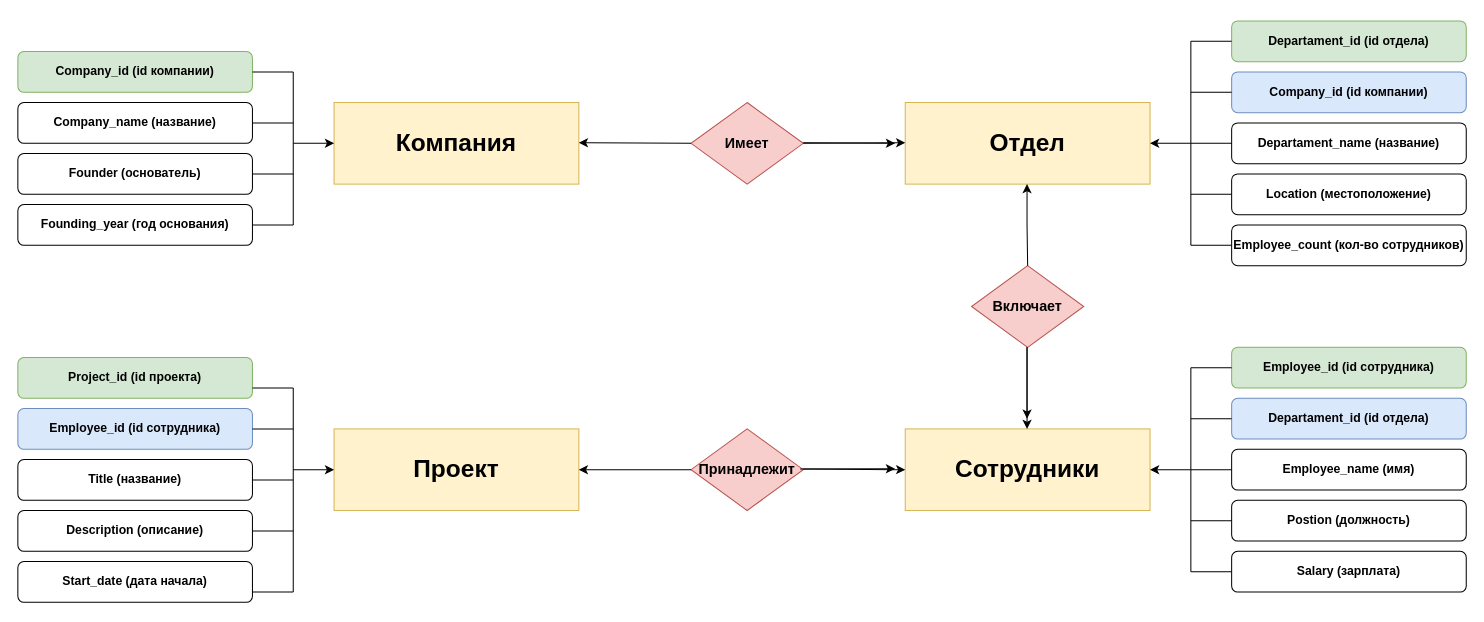
Before: Диаграмма без названия.drawio in Valkova-Nastya/-, a draw.io diagram. Source tidied: cells renumbered, new cells numbered last; positions are measured from the earlier drawing's top-left corner, leaving out a move shared by most shapes. Both pictures are drawn from the tidied source at 102%, with x=0, y=0 at pixel (17, 20).
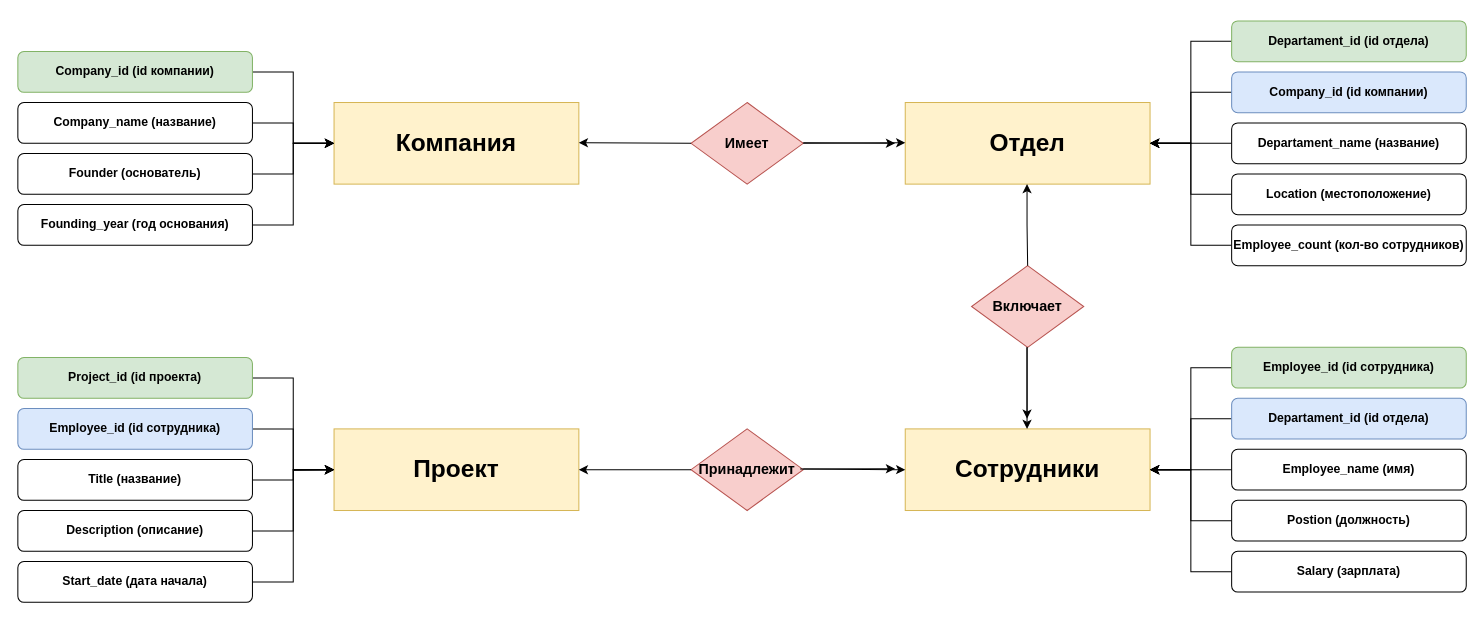
The same diagram, later.

Unchanged cells that the change refers to:
```xml
<mxCell id="2" value="&lt;h1&gt;Компания&lt;/h1&gt;" style="rounded=0;whiteSpace=wrap;html=1;fillColor=#fff2cc;strokeColor=#d6b656;" parent="1" vertex="1">
  <mxGeometry x="310" y="80" width="240" height="80" as="geometry" />
</mxCell>
<mxCell id="3" value="&lt;h1&gt;Отдел&lt;/h1&gt;" style="rounded=0;whiteSpace=wrap;html=1;fillColor=#fff2cc;strokeColor=#d6b656;" parent="1" vertex="1">
  <mxGeometry x="870" y="80" width="240" height="80" as="geometry" />
</mxCell>
<mxCell id="4" value="&lt;h1&gt;Сотрудники&lt;/h1&gt;" style="rounded=0;whiteSpace=wrap;html=1;fillColor=#fff2cc;strokeColor=#d6b656;" parent="1" vertex="1">
  <mxGeometry x="870" y="400" width="240" height="80" as="geometry" />
</mxCell>
<mxCell id="5" value="&lt;h1&gt;Проект&lt;/h1&gt;" style="rounded=0;whiteSpace=wrap;html=1;fillColor=#fff2cc;strokeColor=#d6b656;" parent="1" vertex="1">
  <mxGeometry x="310" y="400" width="240" height="80" as="geometry" />
</mxCell>
<mxCell id="18" value="&lt;h4&gt;Company_id (id компании)&lt;/h4&gt;" style="rounded=1;whiteSpace=wrap;html=1;fillColor=#d5e8d4;strokeColor=#82b366;" parent="1" vertex="1">
  <mxGeometry y="30" width="230" height="40" as="geometry" />
</mxCell>
<mxCell id="19" value="&lt;h4&gt;Company_name (название)&lt;br&gt;&lt;/h4&gt;" style="rounded=1;whiteSpace=wrap;html=1;" parent="1" vertex="1">
  <mxGeometry y="80" width="230" height="40" as="geometry" />
</mxCell>
<mxCell id="20" value="&lt;h4&gt;Founder (основатель)&lt;/h4&gt;" style="rounded=1;whiteSpace=wrap;html=1;" parent="1" vertex="1">
  <mxGeometry y="130" width="230" height="40" as="geometry" />
</mxCell>
<mxCell id="21" value="&lt;h4&gt;Founding_year (год основания)&lt;/h4&gt;" style="rounded=1;whiteSpace=wrap;html=1;" parent="1" vertex="1">
  <mxGeometry y="180" width="230" height="40" as="geometry" />
</mxCell>
<mxCell id="22" value="&lt;h4&gt;Employee_id (id сотрудника)&lt;/h4&gt;" style="rounded=1;whiteSpace=wrap;html=1;fillColor=#dae8fc;strokeColor=#6c8ebf;" parent="1" vertex="1">
  <mxGeometry y="380" width="230" height="40" as="geometry" />
</mxCell>
<mxCell id="23" value="&lt;h4&gt;Title (название)&lt;/h4&gt;" style="rounded=1;whiteSpace=wrap;html=1;" parent="1" vertex="1">
  <mxGeometry y="430" width="230" height="40" as="geometry" />
</mxCell>
<mxCell id="24" value="&lt;h4&gt;Description (описание)&lt;/h4&gt;" style="rounded=1;whiteSpace=wrap;html=1;" parent="1" vertex="1">
  <mxGeometry y="480" width="230" height="40" as="geometry" />
</mxCell>
<mxCell id="25" value="&lt;h4&gt;Start_date (дата начала)&lt;/h4&gt;" style="rounded=1;whiteSpace=wrap;html=1;" parent="1" vertex="1">
  <mxGeometry y="530" width="230" height="40" as="geometry" />
</mxCell>
<mxCell id="26" value="&lt;h4&gt;Departament_id (id отдела)&lt;/h4&gt;" style="rounded=1;whiteSpace=wrap;html=1;fillColor=#d5e8d4;strokeColor=#82b366;" parent="1" vertex="1">
  <mxGeometry x="1190" width="230" height="40" as="geometry" />
</mxCell>
<mxCell id="27" value="&lt;h4&gt;Company_id (id компании)&lt;/h4&gt;" style="rounded=1;whiteSpace=wrap;html=1;fillColor=#dae8fc;strokeColor=#6c8ebf;" parent="1" vertex="1">
  <mxGeometry x="1190" y="50" width="230" height="40" as="geometry" />
</mxCell>
<mxCell id="28" value="&lt;h4&gt;Departament_name (название)&lt;/h4&gt;" style="rounded=1;whiteSpace=wrap;html=1;" parent="1" vertex="1">
  <mxGeometry x="1190" y="100" width="230" height="40" as="geometry" />
</mxCell>
<mxCell id="29" value="&lt;h4&gt;Location (местоположение)&lt;/h4&gt;" style="rounded=1;whiteSpace=wrap;html=1;" parent="1" vertex="1">
  <mxGeometry x="1190" y="150" width="230" height="40" as="geometry" />
</mxCell>
<mxCell id="30" value="&lt;h4&gt;Employee_count (кол-во сотрудников)&lt;/h4&gt;" style="rounded=1;whiteSpace=wrap;html=1;" parent="1" vertex="1">
  <mxGeometry x="1190" y="200" width="230" height="40" as="geometry" />
</mxCell>
<mxCell id="31" value="&lt;h4&gt;Employee_id (id сотрудника)&lt;/h4&gt;" style="rounded=1;whiteSpace=wrap;html=1;fillColor=#d5e8d4;strokeColor=#82b366;" parent="1" vertex="1">
  <mxGeometry x="1190" y="320" width="230" height="40" as="geometry" />
</mxCell>
<mxCell id="32" value="&lt;h4&gt;Project_id (id проекта)&lt;/h4&gt;" style="rounded=1;whiteSpace=wrap;html=1;fillColor=#d5e8d4;strokeColor=#82b366;" parent="1" vertex="1">
  <mxGeometry y="330" width="230" height="40" as="geometry" />
</mxCell>
<mxCell id="33" value="&lt;h4&gt;Departament_id (id отдела)&lt;/h4&gt;" style="rounded=1;whiteSpace=wrap;html=1;fillColor=#dae8fc;strokeColor=#6c8ebf;" parent="1" vertex="1">
  <mxGeometry x="1190" y="370" width="230" height="40" as="geometry" />
</mxCell>
<mxCell id="34" value="&lt;h4&gt;Employee_name (имя)&lt;/h4&gt;" style="rounded=1;whiteSpace=wrap;html=1;" parent="1" vertex="1">
  <mxGeometry x="1190" y="420" width="230" height="40" as="geometry" />
</mxCell>
<mxCell id="35" value="&lt;h4&gt;Postion (должность)&lt;/h4&gt;" style="rounded=1;whiteSpace=wrap;html=1;" parent="1" vertex="1">
  <mxGeometry x="1190" y="470" width="230" height="40" as="geometry" />
</mxCell>
<mxCell id="36" value="&lt;h4&gt;Salary (зарплата)&lt;/h4&gt;" style="rounded=1;whiteSpace=wrap;html=1;" parent="1" vertex="1">
  <mxGeometry x="1190" y="520" width="230" height="40" as="geometry" />
</mxCell>
```

Diff of the diagram source:
```diff
@@
+    <mxCell id="64" style="edgeStyle=orthogonalEdgeStyle;rounded=0;jettySize=auto;html=1;entryX=0;entryY=0.5;entryDx=0;entryDy=0;" parent="1" edge="1" source="18" target="2">
+      <mxGeometry relative="1" as="geometry" />
+    </mxCell>
@@
+    <mxCell id="65" style="edgeStyle=orthogonalEdgeStyle;rounded=0;jettySize=auto;html=1;entryX=0;entryY=0.5;entryDx=0;entryDy=0;" parent="1" edge="1" source="19" target="2">
+      <mxGeometry relative="1" as="geometry" />
+    </mxCell>
@@
+    <mxCell id="66" style="edgeStyle=orthogonalEdgeStyle;rounded=0;jettySize=auto;html=1;entryX=0;entryY=0.5;entryDx=0;entryDy=0;" parent="1" edge="1" source="20" target="2">
+      <mxGeometry relative="1" as="geometry" />
+    </mxCell>
@@
+    <mxCell id="67" style="edgeStyle=orthogonalEdgeStyle;rounded=0;jettySize=auto;html=1;entryX=0;entryY=0.5;entryDx=0;entryDy=0;" parent="1" edge="1" source="21" target="2">
+      <mxGeometry relative="1" as="geometry" />
+    </mxCell>
@@
+    <mxCell id="68" style="edgeStyle=orthogonalEdgeStyle;rounded=0;jettySize=auto;html=1;entryX=0;entryY=0.5;entryDx=0;entryDy=0;" parent="1" edge="1" source="22" target="5">
+      <mxGeometry relative="1" as="geometry" />
+    </mxCell>
@@
+    <mxCell id="69" style="edgeStyle=orthogonalEdgeStyle;rounded=0;jettySize=auto;html=1;" parent="1" edge="1" source="23">
+      <mxGeometry relative="1" as="geometry">
+        <mxPoint x="310" y="440" as="targetPoint" />
+      </mxGeometry>
+    </mxCell>
@@
+    <mxCell id="70" style="edgeStyle=orthogonalEdgeStyle;rounded=0;jettySize=auto;html=1;entryX=0;entryY=0.5;entryDx=0;entryDy=0;" parent="1" edge="1" source="24" target="5">
+      <mxGeometry relative="1" as="geometry" />
+    </mxCell>
@@
+    <mxCell id="71" style="edgeStyle=orthogonalEdgeStyle;rounded=0;jettySize=auto;html=1;entryX=0;entryY=0.5;entryDx=0;entryDy=0;" parent="1" edge="1" source="25" target="5">
+      <mxGeometry relative="1" as="geometry" />
+    </mxCell>
@@
+    <mxCell id="72" style="edgeStyle=orthogonalEdgeStyle;rounded=0;jettySize=auto;html=1;entryX=1;entryY=0.5;entryDx=0;entryDy=0;" parent="1" edge="1" source="26" target="3">
+      <mxGeometry relative="1" as="geometry" />
+    </mxCell>
@@
+    <mxCell id="73" style="edgeStyle=orthogonalEdgeStyle;rounded=0;jettySize=auto;html=1;entryX=1;entryY=0.5;entryDx=0;entryDy=0;" parent="1" edge="1" source="27" target="3">
+      <mxGeometry relative="1" as="geometry" />
+    </mxCell>
@@
+    <mxCell id="74" style="edgeStyle=orthogonalEdgeStyle;rounded=0;jettySize=auto;html=1;entryX=1;entryY=0.5;entryDx=0;entryDy=0;" parent="1" edge="1" source="28" target="3">
+      <mxGeometry relative="1" as="geometry" />
+    </mxCell>
@@
+    <mxCell id="75" style="edgeStyle=orthogonalEdgeStyle;rounded=0;jettySize=auto;html=1;entryX=1;entryY=0.5;entryDx=0;entryDy=0;" parent="1" edge="1" source="29" target="3">
+      <mxGeometry relative="1" as="geometry" />
+    </mxCell>
@@
+    <mxCell id="76" style="edgeStyle=orthogonalEdgeStyle;rounded=0;jettySize=auto;html=1;entryX=1;entryY=0.5;entryDx=0;entryDy=0;" parent="1" edge="1" source="30" target="3">
+      <mxGeometry relative="1" as="geometry" />
+    </mxCell>
@@
+    <mxCell id="77" style="edgeStyle=orthogonalEdgeStyle;rounded=0;jettySize=auto;html=1;entryX=1;entryY=0.5;entryDx=0;entryDy=0;" parent="1" edge="1" source="31" target="4">
+      <mxGeometry relative="1" as="geometry" />
+    </mxCell>
@@
+    <mxCell id="78" style="edgeStyle=orthogonalEdgeStyle;rounded=0;jettySize=auto;html=1;entryX=0;entryY=0.5;entryDx=0;entryDy=0;" parent="1" edge="1" source="32" target="5">
+      <mxGeometry relative="1" as="geometry" />
+    </mxCell>
@@
+    <mxCell id="79" style="edgeStyle=orthogonalEdgeStyle;rounded=0;jettySize=auto;html=1;entryX=1;entryY=0.5;entryDx=0;entryDy=0;" parent="1" edge="1" source="33" target="4">
+      <mxGeometry relative="1" as="geometry" />
+    </mxCell>
@@
+    <mxCell id="80" style="edgeStyle=orthogonalEdgeStyle;rounded=0;jettySize=auto;html=1;" parent="1" edge="1" source="34">
+      <mxGeometry relative="1" as="geometry">
+        <mxPoint x="1110" y="440" as="targetPoint" />
+      </mxGeometry>
+    </mxCell>
@@
+    <mxCell id="81" style="edgeStyle=orthogonalEdgeStyle;rounded=0;jettySize=auto;html=1;" parent="1" edge="1" source="35" target="4">
+      <mxGeometry relative="1" as="geometry" />
+    </mxCell>
@@
+    <mxCell id="82" style="edgeStyle=orthogonalEdgeStyle;rounded=0;jettySize=auto;html=1;entryX=1;entryY=0.5;entryDx=0;entryDy=0;" parent="1" edge="1" source="36" target="4">
+      <mxGeometry relative="1" as="geometry" />
+    </mxCell>
@@
-    <mxCell id="37" style="endArrow=none;html=1;rounded=0;" parent="1" edge="1">
-      <mxGeometry relative="1" as="geometry">
-        <mxPoint x="270" y="560" as="sourcePoint" />
-        <mxPoint x="270" y="360" as="targetPoint" />
-      </mxGeometry>
-    </mxCell>
-    <mxCell id="38" style="endArrow=none;html=1;rounded=0;" parent="1" edge="1">
-      <mxGeometry relative="1" as="geometry">
-        <mxPoint x="230" y="360" as="sourcePoint" />
-        <mxPoint x="270" y="360" as="targetPoint" />
-      </mxGeometry>
-    </mxCell>
-    <mxCell id="39" style="endArrow=none;html=1;rounded=0;" parent="1" edge="1">
-      <mxGeometry relative="1" as="geometry">
-        <mxPoint x="230" y="400" as="sourcePoint" />
-        <mxPoint x="270" y="400" as="targetPoint" />
-      </mxGeometry>
-    </mxCell>
-    <mxCell id="40" style="endArrow=none;html=1;rounded=0;" parent="1" edge="1">
-      <mxGeometry relative="1" as="geometry">
-        <mxPoint x="230" y="450" as="sourcePoint" />
-        <mxPoint x="270" y="450" as="targetPoint" />
-      </mxGeometry>
-    </mxCell>
-    <mxCell id="41" style="endArrow=none;html=1;rounded=0;" parent="1" edge="1">
-      <mxGeometry relative="1" as="geometry">
-        <mxPoint x="230" y="500" as="sourcePoint" />
-        <mxPoint x="270" y="500" as="targetPoint" />
-      </mxGeometry>
-    </mxCell>
-    <mxCell id="42" style="endArrow=none;html=1;rounded=0;" parent="1" edge="1">
-      <mxGeometry relative="1" as="geometry">
-        <mxPoint x="230" y="560" as="sourcePoint" />
-        <mxPoint x="270" y="560" as="targetPoint" />
-      </mxGeometry>
-    </mxCell>
-    <mxCell id="43" style="endArrow=classic;html=1;rounded=0;entryX=0;entryY=0.5;entryDx=0;entryDy=0;" parent="1" edge="1" target="5">
-      <mxGeometry relative="1" as="geometry">
-        <mxPoint x="270" y="440" as="sourcePoint" />
-      </mxGeometry>
-    </mxCell>
-    <mxCell id="44" style="endArrow=none;html=1;rounded=0;" parent="1" edge="1">
-      <mxGeometry relative="1" as="geometry">
-        <mxPoint x="270" y="200" as="sourcePoint" />
-        <mxPoint x="270" y="50" as="targetPoint" />
-      </mxGeometry>
-    </mxCell>
-    <mxCell id="45" style="endArrow=classic;html=1;rounded=0;entryX=0;entryY=0.5;entryDx=0;entryDy=0;" parent="1" edge="1" target="2">
-      <mxGeometry relative="1" as="geometry">
-        <mxPoint x="270" y="120" as="sourcePoint" />
-      </mxGeometry>
-    </mxCell>
-    <mxCell id="46" style="endArrow=none;html=1;rounded=0;" parent="1" edge="1">
-      <mxGeometry relative="1" as="geometry">
-        <mxPoint x="230" y="50" as="sourcePoint" />
-        <mxPoint x="270" y="50" as="targetPoint" />
-      </mxGeometry>
-    </mxCell>
-    <mxCell id="47" style="endArrow=none;html=1;rounded=0;" parent="1" edge="1">
-      <mxGeometry relative="1" as="geometry">
-        <mxPoint x="230" y="100" as="sourcePoint" />
-        <mxPoint x="270" y="100" as="targetPoint" />
-      </mxGeometry>
-    </mxCell>
-    <mxCell id="48" style="endArrow=none;html=1;rounded=0;" parent="1" edge="1">
-      <mxGeometry relative="1" as="geometry">
-        <mxPoint x="230" y="150" as="sourcePoint" />
-        <mxPoint x="270" y="150" as="targetPoint" />
-      </mxGeometry>
-    </mxCell>
-    <mxCell id="49" style="endArrow=none;html=1;rounded=0;" parent="1" edge="1">
-      <mxGeometry relative="1" as="geometry">
-        <mxPoint x="230" y="200" as="sourcePoint" />
-        <mxPoint x="270" y="200" as="targetPoint" />
-      </mxGeometry>
-    </mxCell>
-    <mxCell id="50" style="endArrow=none;html=1;rounded=0;entryX=0;entryY=0.5;entryDx=0;entryDy=0;" parent="1" edge="1" target="26">
-      <mxGeometry relative="1" as="geometry">
-        <mxPoint x="1150" y="20" as="sourcePoint" />
-      </mxGeometry>
-    </mxCell>
-    <mxCell id="51" style="endArrow=none;html=1;rounded=0;entryX=0;entryY=0.5;entryDx=0;entryDy=0;" parent="1" edge="1" target="27">
-      <mxGeometry relative="1" as="geometry">
-        <mxPoint x="1150" y="70" as="sourcePoint" />
-      </mxGeometry>
-    </mxCell>
-    <mxCell id="52" style="endArrow=none;html=1;rounded=0;entryX=0;entryY=0.5;entryDx=0;entryDy=0;" parent="1" edge="1" target="28">
-      <mxGeometry relative="1" as="geometry">
-        <mxPoint x="1150" y="120" as="sourcePoint" />
-      </mxGeometry>
-    </mxCell>
-    <mxCell id="53" style="endArrow=none;html=1;rounded=0;entryX=0;entryY=0.5;entryDx=0;entryDy=0;" parent="1" edge="1" target="29">
-      <mxGeometry relative="1" as="geometry">
-        <mxPoint x="1150" y="170" as="sourcePoint" />
-      </mxGeometry>
-    </mxCell>
-    <mxCell id="54" style="endArrow=none;html=1;rounded=0;entryX=0;entryY=0.5;entryDx=0;entryDy=0;" parent="1" edge="1" target="30">
-      <mxGeometry relative="1" as="geometry">
-        <mxPoint x="1150" y="220" as="sourcePoint" />
-      </mxGeometry>
-    </mxCell>
-    <mxCell id="55" style="endArrow=none;html=1;rounded=0;" parent="1" edge="1">
-      <mxGeometry relative="1" as="geometry">
-        <mxPoint x="1150" y="220" as="sourcePoint" />
-        <mxPoint x="1150" y="20" as="targetPoint" />
-      </mxGeometry>
-    </mxCell>
-    <mxCell id="56" style="endArrow=none;html=1;rounded=0;entryX=0;entryY=0.5;entryDx=0;entryDy=0;" parent="1" edge="1" target="36">
-      <mxGeometry relative="1" as="geometry">
-        <mxPoint x="1150" y="540" as="sourcePoint" />
-      </mxGeometry>
-    </mxCell>
-    <mxCell id="57" style="endArrow=none;html=1;rounded=0;entryX=0;entryY=0.5;entryDx=0;entryDy=0;" parent="1" edge="1" target="35">
-      <mxGeometry relative="1" as="geometry">
-        <mxPoint x="1150" y="490" as="sourcePoint" />
-      </mxGeometry>
-    </mxCell>
-    <mxCell id="58" style="endArrow=none;html=1;rounded=0;entryX=0;entryY=0.5;entryDx=0;entryDy=0;" parent="1" edge="1" target="34">
-      <mxGeometry relative="1" as="geometry">
-        <mxPoint x="1150" y="440" as="sourcePoint" />
-      </mxGeometry>
-    </mxCell>
-    <mxCell id="59" style="endArrow=none;html=1;rounded=0;entryX=0;entryY=0.5;entryDx=0;entryDy=0;" parent="1" edge="1" target="33">
-      <mxGeometry relative="1" as="geometry">
-        <mxPoint x="1150" y="390" as="sourcePoint" />
-      </mxGeometry>
-    </mxCell>
-    <mxCell id="60" style="endArrow=none;html=1;rounded=0;entryX=0;entryY=0.5;entryDx=0;entryDy=0;" parent="1" edge="1" target="31">
-      <mxGeometry relative="1" as="geometry">
-        <mxPoint x="1150" y="340" as="sourcePoint" />
-      </mxGeometry>
-    </mxCell>
-    <mxCell id="61" style="endArrow=none;html=1;rounded=0;" parent="1" edge="1">
-      <mxGeometry relative="1" as="geometry">
-        <mxPoint x="1150" y="540" as="sourcePoint" />
-        <mxPoint x="1150" y="340" as="targetPoint" />
-      </mxGeometry>
-    </mxCell>
-    <mxCell id="62" style="endArrow=classic;html=1;rounded=0;entryX=1;entryY=0.5;entryDx=0;entryDy=0;" parent="1" edge="1" target="4">
-      <mxGeometry relative="1" as="geometry">
-        <mxPoint x="1150" y="440" as="sourcePoint" />
-      </mxGeometry>
-    </mxCell>
-    <mxCell id="63" style="endArrow=classic;html=1;rounded=0;entryX=1;entryY=0.5;entryDx=0;entryDy=0;" parent="1" edge="1" target="3">
-      <mxGeometry relative="1" as="geometry">
-        <mxPoint x="1150" y="120" as="sourcePoint" />
-      </mxGeometry>
-    </mxCell>
```
